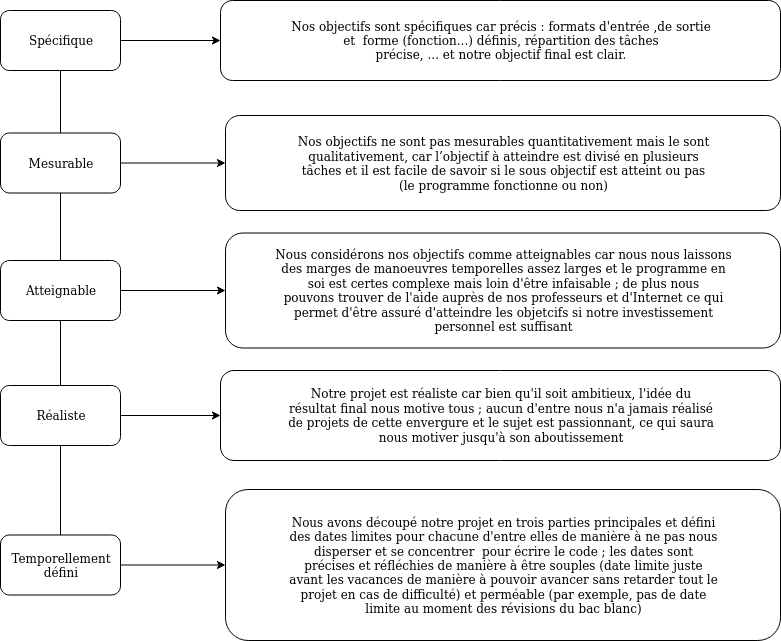
Before: sprint_1/smart.png, a diagram exported from draw.io (loune20/isn-classification-bayesienne-naive). Source tidied: cells renumbered, new cells last; positions are measured from the earlier drawing's top-left corner, leaving out a move shared by most shapes.
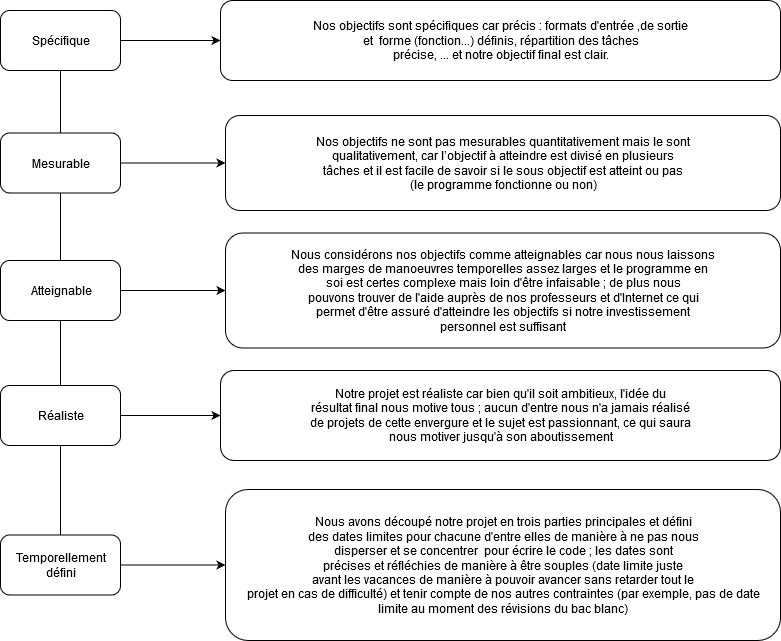
Above is the later version.

The edit, as a diff of the source:
```diff
@@ -50,13 +50,13 @@
     <mxCell id="17" value="Nos objectifs ne sont pas mesurables quantitativement mais le sont &lt;br&gt;qualitativement, car l’objectif à atteindre est divisé en plusieurs &lt;br&gt;tâches et il est facile de savoir si le sous objectif est atteint ou pas&lt;br&gt; (le programme fonctionne ou non)" style="rounded=1;whiteSpace=wrap;html=1;" parent="1" vertex="1">
       <mxGeometry x="225" y="115" width="555" height="95" as="geometry" />
     </mxCell>
-    <mxCell id="18" value="Nous considérons nos objectifs comme atteignables car nous nous laissons&lt;br&gt; des marges de manoeuvres temporelles assez larges et le programme en &lt;br&gt;soi est certes complexe mais loin d'être infaisable ; de plus nous &lt;br&gt;pouvons trouver de l'aide auprès de nos professeurs et d'Internet ce qui&lt;br&gt; permet d'être assuré d'atteindre les objetcifs si notre investissement&lt;br&gt; personnel est suffisant" style="rounded=1;whiteSpace=wrap;html=1;" parent="1" vertex="1">
+    <mxCell id="18" value="Nous considérons nos objectifs comme atteignables car nous nous laissons&lt;br&gt; des marges de manoeuvres temporelles assez larges et le programme en &lt;br&gt;soi est certes complexe mais loin d'être infaisable ; de plus nous &lt;br&gt;pouvons trouver de l'aide auprès de nos professeurs et d'Internet ce qui&lt;br&gt; permet d'être assuré d'atteindre les objectifs si notre investissement&lt;br&gt; personnel est suffisant" style="rounded=1;whiteSpace=wrap;html=1;" parent="1" vertex="1">
       <mxGeometry x="225" y="232.5" width="555" height="115" as="geometry" />
     </mxCell>
     <mxCell id="19" value="Notre projet est réaliste car bien qu'il soit ambitieux, l'idée du &lt;br/&gt;résultat final nous motive tous ; aucun d'entre nous n'a jamais réalisé &lt;br/&gt;de projets de cette envergure et le sujet est passionnant, ce qui saura &lt;br/&gt;nous motiver jusqu'à son aboutissement " style="rounded=1;whiteSpace=wrap;html=1;" parent="1" vertex="1">
       <mxGeometry x="220" y="370" width="560" height="90" as="geometry" />
     </mxCell>
-    <mxCell id="20" value="Nous avons découpé notre projet en trois parties principales et défini &lt;br/&gt;des dates limites pour chacune d'entre elles de manière à ne pas nous &lt;br/&gt;disperser et se concentrer&amp;nbsp; pour écrire le code ; les dates sont &lt;br/&gt;précises et réfléchies de manière à être souples (date limite juste &lt;br/&gt;avant les vacances de manière à pouvoir avancer sans retarder tout le &lt;br/&gt;projet en cas de difficulté) et perméable (par exemple, pas de date &lt;br/&gt;limite au moment des révisions du bac blanc)" style="rounded=1;whiteSpace=wrap;html=1;" parent="1" vertex="1">
+    <mxCell id="20" value="Nous avons découpé notre projet en trois parties principales et défini &lt;br&gt;des dates limites pour chacune d'entre elles de manière à ne pas nous &lt;br&gt;disperser et se concentrer&amp;nbsp; pour écrire le code ; les dates sont &lt;br&gt;précises et réfléchies de manière à être souples (date limite juste &lt;br&gt;avant les vacances de manière à pouvoir avancer sans retarder tout le &lt;br&gt;projet en cas de difficulté) et tenir compte de nos autres contraintes (par exemple, pas de date &lt;br&gt;limite au moment des révisions du bac blanc)" style="rounded=1;whiteSpace=wrap;html=1;" parent="1" vertex="1">
       <mxGeometry x="225" y="489" width="555" height="151" as="geometry" />
     </mxCell>
   </root>
```
